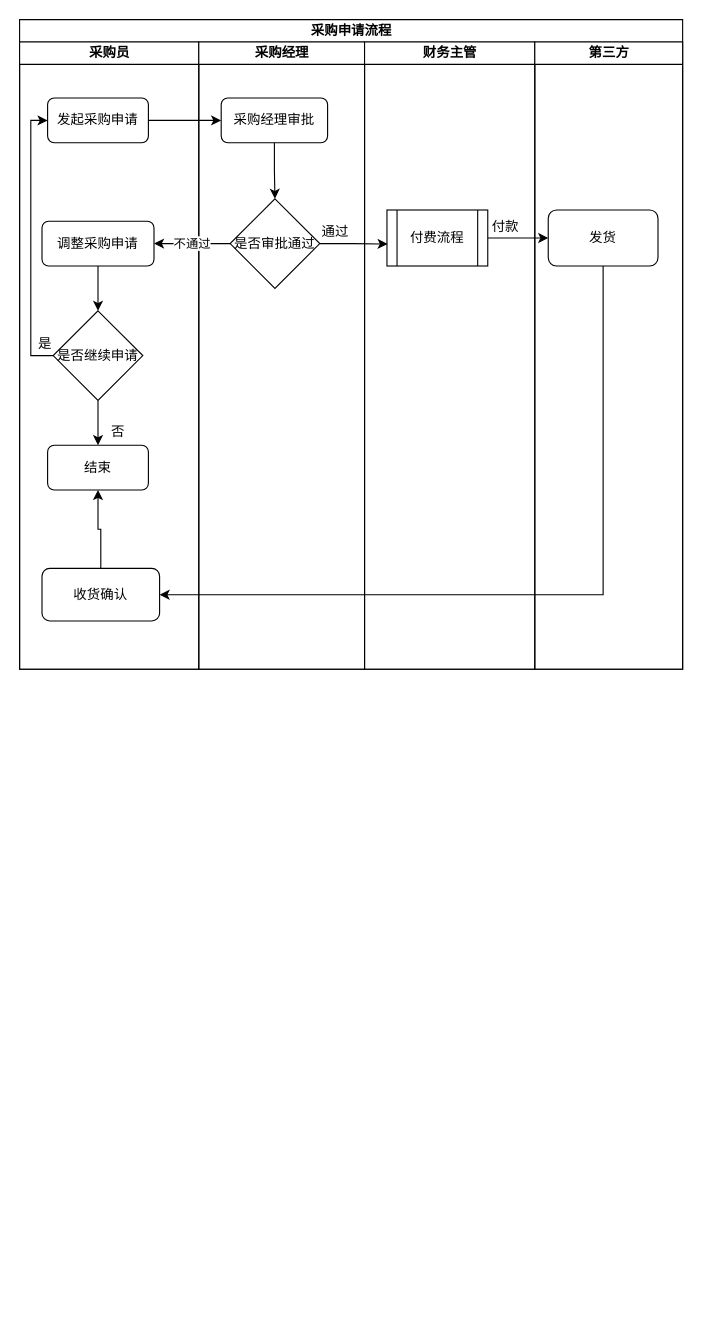
This is purchase.drawio from janzhou123/mysaas, a draw.io file, before an edit. Source tidied: cells renumbered, new cells numbered last; positions are measured from the earlier drawing's top-left corner, leaving out a move shared by most shapes. Both pictures are drawn from the tidied source at 112%, with x=0, y=0 at pixel (19, 19).
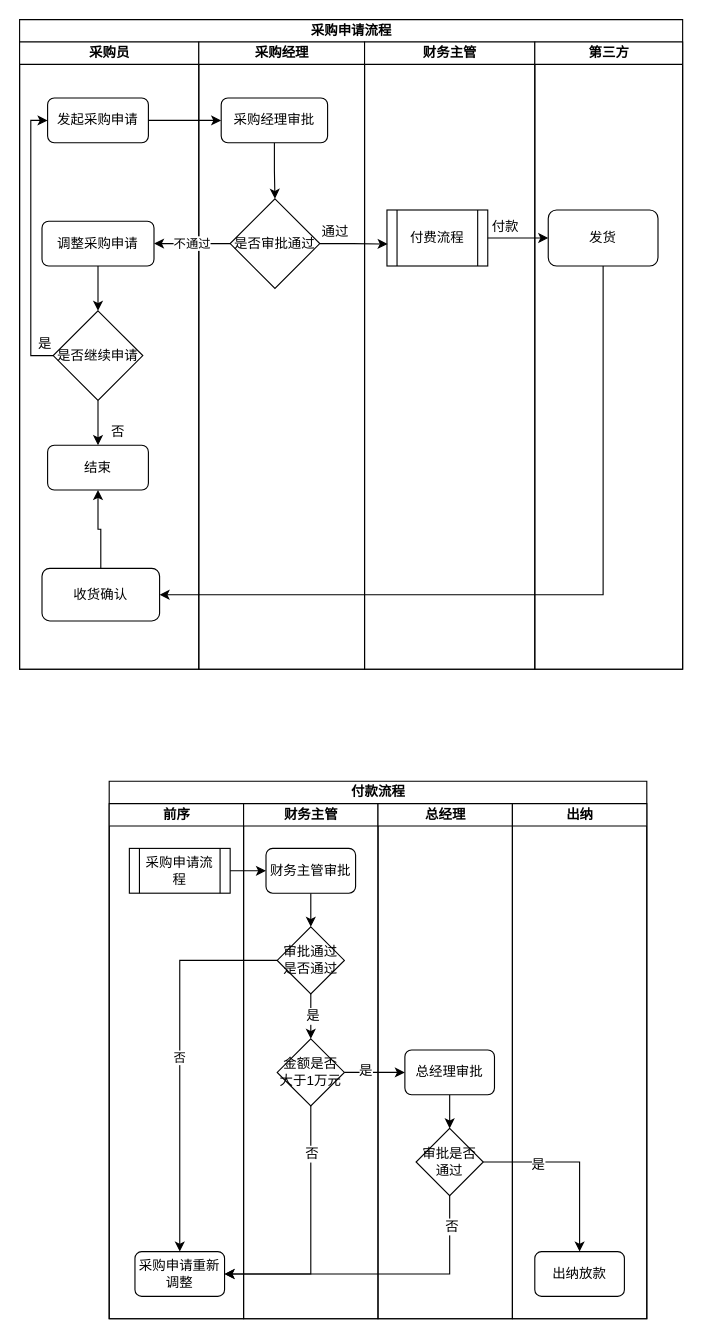
The same page after the edit.

Change to the diagram source:
```diff
@@
+    <mxCell id="30" value="付款流程" style="swimlane;html=1;startSize=20;" parent="1" vertex="1">
+      <mxGeometry x="80" y="680" width="480" height="480" as="geometry" />
+    </mxCell>
+    <mxCell id="31" value="前序" style="swimlane;html=1;startSize=20;" parent="30" vertex="1">
+      <mxGeometry y="20" width="120" height="460" as="geometry" />
+    </mxCell>
+    <mxCell id="32" value="采购申请流程" style="shape=process;whiteSpace=wrap;html=1;backgroundOutline=1;" parent="31" vertex="1">
+      <mxGeometry x="18" y="40" width="90" height="40" as="geometry" />
+    </mxCell>
+    <mxCell id="33" value="采购申请重新调整" style="rounded=1;whiteSpace=wrap;html=1;" parent="31" vertex="1">
+      <mxGeometry x="23" y="400" width="80" height="40" as="geometry" />
+    </mxCell>
+    <mxCell id="34" value="财务主管" style="swimlane;html=1;startSize=20;" parent="30" vertex="1">
+      <mxGeometry x="120" y="20" width="120" height="460" as="geometry" />
+    </mxCell>
+    <mxCell id="35" style="edgeStyle=orthogonalEdgeStyle;rounded=0;jettySize=auto;html=1;entryX=0.5;entryY=0;entryDx=0;entryDy=0;" parent="34" edge="1" source="36" target="39">
+      <mxGeometry relative="1" as="geometry" />
+    </mxCell>
+    <mxCell id="36" value="财务主管审批" style="rounded=1;whiteSpace=wrap;html=1;" parent="34" vertex="1">
+      <mxGeometry x="20" y="40" width="80" height="40" as="geometry" />
+    </mxCell>
+    <mxCell id="37" style="edgeStyle=orthogonalEdgeStyle;rounded=0;jettySize=auto;html=1;entryX=0.5;entryY=0;entryDx=0;entryDy=0;" parent="34" edge="1" source="39" target="40">
+      <mxGeometry relative="1" as="geometry" />
+    </mxCell>
+    <mxCell id="38" value="是" style="text;html=1;align=center;verticalAlign=middle;labelBackgroundColor=#ffffff;" parent="37" vertex="1">
+      <mxGeometry y="1" relative="1" as="geometry">
+        <mxPoint y="-1" as="offset" />
+      </mxGeometry>
+    </mxCell>
+    <mxCell id="39" value="审批通过&lt;br&gt;是否通过" style="rhombus;whiteSpace=wrap;html=1;" parent="34" vertex="1">
+      <mxGeometry x="30" y="110" width="60" height="60" as="geometry" />
+    </mxCell>
+    <mxCell id="40" value="金额是否大于1万元" style="rhombus;whiteSpace=wrap;html=1;" parent="34" vertex="1">
+      <mxGeometry x="30" y="210" width="60" height="60" as="geometry" />
+    </mxCell>
+    <mxCell id="41" value="总经理" style="swimlane;html=1;startSize=20;" parent="30" vertex="1">
+      <mxGeometry x="240" y="20" width="120" height="460" as="geometry" />
+    </mxCell>
+    <mxCell id="42" style="edgeStyle=orthogonalEdgeStyle;rounded=0;jettySize=auto;html=1;entryX=0.5;entryY=0;entryDx=0;entryDy=0;" parent="41" edge="1" source="43" target="44">
+      <mxGeometry relative="1" as="geometry" />
+    </mxCell>
+    <mxCell id="43" value="总经理审批" style="rounded=1;whiteSpace=wrap;html=1;" parent="41" vertex="1">
+      <mxGeometry x="24" y="220" width="80" height="40" as="geometry" />
+    </mxCell>
+    <mxCell id="44" value="审批是否通过" style="rhombus;whiteSpace=wrap;html=1;" parent="41" vertex="1">
+      <mxGeometry x="34" y="290" width="60" height="60" as="geometry" />
+    </mxCell>
+    <mxCell id="45" value="出纳" style="swimlane;html=1;startSize=20;" parent="30" vertex="1">
+      <mxGeometry x="360" y="20" width="120" height="460" as="geometry" />
+    </mxCell>
+    <mxCell id="46" value="出纳放款" style="rounded=1;whiteSpace=wrap;html=1;" parent="45" vertex="1">
+      <mxGeometry x="20" y="400" width="80" height="40" as="geometry" />
+    </mxCell>
+    <mxCell id="47" style="edgeStyle=orthogonalEdgeStyle;rounded=0;jettySize=auto;html=1;" parent="30" edge="1" source="32" target="36">
+      <mxGeometry relative="1" as="geometry" />
+    </mxCell>
+    <mxCell id="48" style="edgeStyle=orthogonalEdgeStyle;rounded=0;jettySize=auto;html=1;entryX=0;entryY=0.5;entryDx=0;entryDy=0;" parent="30" edge="1" source="40" target="43">
+      <mxGeometry relative="1" as="geometry" />
+    </mxCell>
+    <mxCell id="49" value="是" style="text;html=1;align=center;verticalAlign=middle;labelBackgroundColor=#ffffff;" parent="48" vertex="1">
+      <mxGeometry x="0.02" y="11" relative="1" as="geometry">
+        <mxPoint x="-10" y="9" as="offset" />
+      </mxGeometry>
+    </mxCell>
+    <mxCell id="50" style="edgeStyle=orthogonalEdgeStyle;rounded=0;jettySize=auto;html=1;entryX=0.5;entryY=0;entryDx=0;entryDy=0;" parent="30" edge="1" source="44" target="46">
+      <mxGeometry relative="1" as="geometry" />
+    </mxCell>
+    <mxCell id="51" value="是" style="text;html=1;align=center;verticalAlign=middle;labelBackgroundColor=#ffffff;" parent="50" vertex="1">
+      <mxGeometry x="-0.42" y="-2" relative="1" as="geometry" />
+    </mxCell>
+    <mxCell id="52" style="edgeStyle=orthogonalEdgeStyle;rounded=0;jettySize=auto;html=1;entryX=1;entryY=0.5;entryDx=0;entryDy=0;exitX=0.5;exitY=1;exitDx=0;exitDy=0;" parent="30" edge="1" source="40" target="33">
+      <mxGeometry relative="1" as="geometry" />
+    </mxCell>
+    <mxCell id="53" value="否" style="text;html=1;align=center;verticalAlign=middle;labelBackgroundColor=#ffffff;" parent="52" vertex="1">
+      <mxGeometry x="-0.63" relative="1" as="geometry" />
+    </mxCell>
+    <mxCell id="54" style="edgeStyle=orthogonalEdgeStyle;rounded=0;jettySize=auto;html=1;entryX=1;entryY=0.5;entryDx=0;entryDy=0;exitX=0.5;exitY=1;exitDx=0;exitDy=0;" parent="30" edge="1" source="44" target="33">
+      <mxGeometry relative="1" as="geometry" />
+    </mxCell>
+    <mxCell id="55" value="否" style="text;html=1;align=center;verticalAlign=middle;labelBackgroundColor=#ffffff;" parent="54" vertex="1">
+      <mxGeometry x="-0.8" y="1" relative="1" as="geometry" />
+    </mxCell>
+    <mxCell id="56" value="否" style="edgeStyle=orthogonalEdgeStyle;rounded=0;jettySize=auto;html=1;entryX=0.5;entryY=0;entryDx=0;entryDy=0;" parent="30" edge="1" source="39" target="33">
+      <mxGeometry relative="1" as="geometry">
+        <Array as="points">
+          <mxPoint x="63" y="160" />
+        </Array>
+      </mxGeometry>
+    </mxCell>
```
